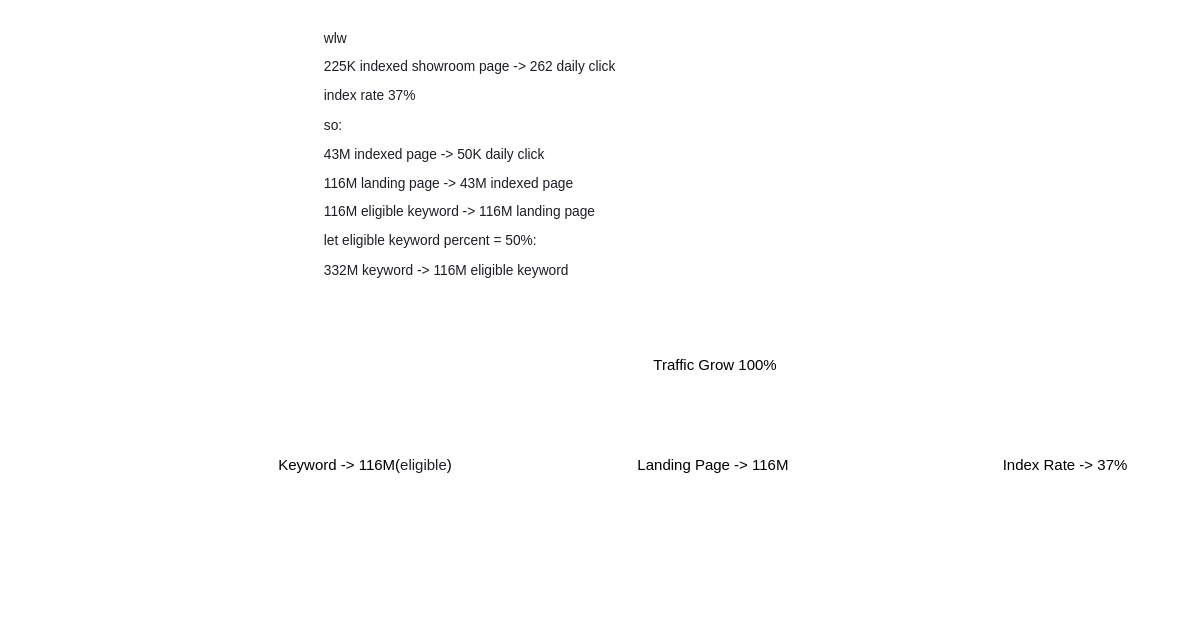
Above: drawio/OKR.drawio in VisableHarry/seo-drawio (draw.io), before the change. Source tidied: cells renumbered, new cells numbered last; positions are measured from the earlier drawing's top-left corner, leaving out a move shared by most shapes. Both pictures are drawn from the tidied source at 125%, with x=0, y=0 at pixel (271, 21).
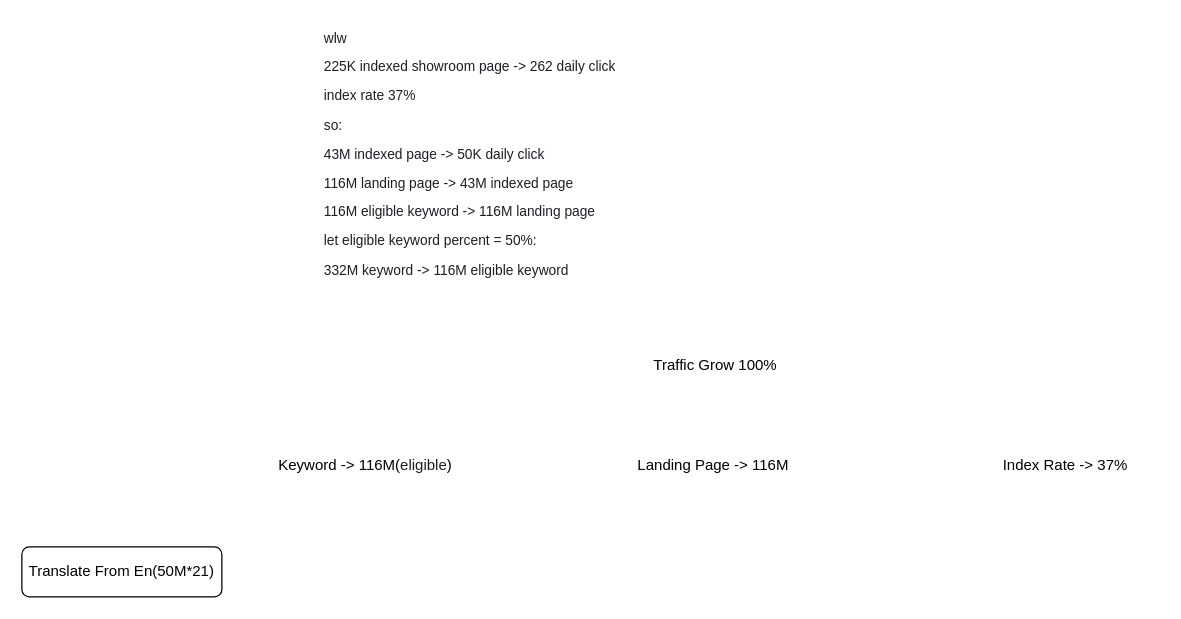
The same diagram, later.

Change to the diagram source:
```diff
@@
 <mxGraphModel>
   <root>
     <mxCell id="0" />
     <mxCell id="1" parent="0" />
     <mxCell id="2" value="Traffic Grow 100%" style="text;html=1;align=center;verticalAlign=middle;whiteSpace=wrap;rounded=0;" parent="1" vertex="1">
       <mxGeometry x="280" y="260" width="150" height="30" as="geometry" />
     </mxCell>
     <mxCell id="3" value="&lt;p style=&quot;&quot;&gt;&lt;font style=&quot;font-size: 12px;&quot; face=&quot;Helvetica&quot;&gt;Keyword -&amp;gt; 116M(&lt;span style=&quot;color: rgb(29, 30, 38); text-align: left; background-color: rgb(255, 255, 255);&quot;&gt;eligible&lt;/span&gt;)&lt;/font&gt;&lt;/p&gt;" style="text;html=1;align=center;verticalAlign=middle;whiteSpace=wrap;rounded=0;" parent="1" vertex="1">
       <mxGeometry y="340" width="150" height="30" as="geometry" />
     </mxCell>
     <mxCell id="4" value="Landing Page -&amp;gt; 116M&amp;nbsp;" style="text;html=1;align=center;verticalAlign=middle;whiteSpace=wrap;rounded=0;" parent="1" vertex="1">
       <mxGeometry x="280" y="340" width="150" height="30" as="geometry" />
     </mxCell>
     <mxCell id="5" value="Index Rate -&amp;gt; 37%" style="text;html=1;align=center;verticalAlign=middle;whiteSpace=wrap;rounded=0;" parent="1" vertex="1">
       <mxGeometry x="560" y="340" width="150" height="30" as="geometry" />
     </mxCell>
     <mxCell id="6" value="&lt;p style=&quot;box-sizing: border-box; margin: 0px 0px 10px; color: rgb(29, 30, 38); font-family: Circular, sans-serif; font-style: normal; font-variant-ligatures: normal; font-variant-caps: normal; font-weight: 400; letter-spacing: normal; orphans: 2; text-indent: 0px; text-transform: none; widows: 2; word-spacing: 0px; -webkit-text-stroke-width: 0px; white-space: normal; background-color: rgb(255, 255, 255); text-decoration-thickness: initial; text-decoration-style: initial; text-decoration-color: initial; font-size: 11px;&quot;&gt;&lt;font style=&quot;font-size: 11px;&quot;&gt;wlw&lt;/font&gt;&lt;/p&gt;&lt;p style=&quot;box-sizing: border-box; margin: 0px 0px 10px; color: rgb(29, 30, 38); font-family: Circular, sans-serif; font-style: normal; font-variant-ligatures: normal; font-variant-caps: normal; font-weight: 400; letter-spacing: normal; orphans: 2; text-indent: 0px; text-transform: none; widows: 2; word-spacing: 0px; -webkit-text-stroke-width: 0px; white-space: normal; background-color: rgb(255, 255, 255); text-decoration-thickness: initial; text-decoration-style: initial; text-decoration-color: initial; font-size: 11px;&quot;&gt;&lt;font style=&quot;font-size: 11px;&quot;&gt;225K indexed showroom page -&amp;gt; 262 daily click&lt;/font&gt;&lt;/p&gt;&lt;p style=&quot;box-sizing: border-box; margin: 0px 0px 10px; color: rgb(29, 30, 38); font-family: Circular, sans-serif; font-style: normal; font-variant-ligatures: normal; font-variant-caps: normal; font-weight: 400; letter-spacing: normal; orphans: 2; text-indent: 0px; text-transform: none; widows: 2; word-spacing: 0px; -webkit-text-stroke-width: 0px; white-space: normal; background-color: rgb(255, 255, 255); text-decoration-thickness: initial; text-decoration-style: initial; text-decoration-color: initial; font-size: 11px;&quot;&gt;&lt;font style=&quot;font-size: 11px;&quot;&gt;index rate 37%&lt;/font&gt;&lt;/p&gt;&lt;p style=&quot;box-sizing: border-box; margin: 0px 0px 10px; color: rgb(29, 30, 38); font-family: Circular, sans-serif; font-style: normal; font-variant-ligatures: normal; font-variant-caps: normal; font-weight: 400; letter-spacing: normal; orphans: 2; text-indent: 0px; text-transform: none; widows: 2; word-spacing: 0px; -webkit-text-stroke-width: 0px; white-space: normal; background-color: rgb(255, 255, 255); text-decoration-thickness: initial; text-decoration-style: initial; text-decoration-color: initial; font-size: 11px;&quot;&gt;&lt;font style=&quot;font-size: 11px;&quot;&gt;so:&lt;/font&gt;&lt;/p&gt;&lt;p style=&quot;box-sizing: border-box; margin: 0px 0px 10px; color: rgb(29, 30, 38); font-family: Circular, sans-serif; font-style: normal; font-variant-ligatures: normal; font-variant-caps: normal; font-weight: 400; letter-spacing: normal; orphans: 2; text-indent: 0px; text-transform: none; widows: 2; word-spacing: 0px; -webkit-text-stroke-width: 0px; white-space: normal; background-color: rgb(255, 255, 255); text-decoration-thickness: initial; text-decoration-style: initial; text-decoration-color: initial; font-size: 11px;&quot;&gt;&lt;font style=&quot;font-size: 11px;&quot;&gt;43M indexed page -&amp;gt; 50K daily click&lt;/font&gt;&lt;/p&gt;&lt;p style=&quot;box-sizing: border-box; margin: 0px 0px 10px; color: rgb(29, 30, 38); font-family: Circular, sans-serif; font-style: normal; font-variant-ligatures: normal; font-variant-caps: normal; font-weight: 400; letter-spacing: normal; orphans: 2; text-indent: 0px; text-transform: none; widows: 2; word-spacing: 0px; -webkit-text-stroke-width: 0px; white-space: normal; background-color: rgb(255, 255, 255); text-decoration-thickness: initial; text-decoration-style: initial; text-decoration-color: initial; font-size: 11px;&quot;&gt;&lt;font style=&quot;font-size: 11px;&quot;&gt;116M landing page -&amp;gt; 43M indexed page&lt;/font&gt;&lt;/p&gt;&lt;p style=&quot;box-sizing: border-box; margin: 0px 0px 10px; color: rgb(29, 30, 38); font-family: Circular, sans-serif; font-style: normal; font-variant-ligatures: normal; font-variant-caps: normal; font-weight: 400; letter-spacing: normal; orphans: 2; text-indent: 0px; text-transform: none; widows: 2; word-spacing: 0px; -webkit-text-stroke-width: 0px; white-space: normal; background-color: rgb(255, 255, 255); text-decoration-thickness: initial; text-decoration-style: initial; text-decoration-color: initial; font-size: 11px;&quot;&gt;&lt;font style=&quot;font-size: 11px;&quot;&gt;116M eligible keyword -&amp;gt; 116M landing page&lt;/font&gt;&lt;/p&gt;&lt;p style=&quot;box-sizing: border-box; margin: 0px 0px 10px; color: rgb(29, 30, 38); font-family: Circular, sans-serif; font-style: normal; font-variant-ligatures: normal; font-variant-caps: normal; font-weight: 400; letter-spacing: normal; orphans: 2; text-indent: 0px; text-transform: none; widows: 2; word-spacing: 0px; -webkit-text-stroke-width: 0px; white-space: normal; background-color: rgb(255, 255, 255); text-decoration-thickness: initial; text-decoration-style: initial; text-decoration-color: initial; font-size: 11px;&quot;&gt;&lt;font style=&quot;font-size: 11px;&quot;&gt;let eligible keyword percent = 50%:&lt;/font&gt;&lt;/p&gt;&lt;p style=&quot;box-sizing: border-box; margin: 0px; color: rgb(29, 30, 38); font-family: Circular, sans-serif; font-style: normal; font-variant-ligatures: normal; font-variant-caps: normal; font-weight: 400; letter-spacing: normal; orphans: 2; text-indent: 0px; text-transform: none; widows: 2; word-spacing: 0px; -webkit-text-stroke-width: 0px; white-space: normal; background-color: rgb(255, 255, 255); text-decoration-thickness: initial; text-decoration-style: initial; text-decoration-color: initial; font-size: 11px;&quot;&gt;&lt;font style=&quot;font-size: 11px;&quot;&gt;332M keyword -&amp;gt; 116M eligible keyword&lt;/font&gt;&lt;/p&gt;" style="text;whiteSpace=wrap;html=1;align=left;" parent="1" vertex="1">
       <mxGeometry x="40" width="280" height="220" as="geometry" />
     </mxCell>
+    <mxCell id="7" value="Translate From En(50M*21)" style="rounded=1;whiteSpace=wrap;html=1;" parent="1" vertex="1">
+      <mxGeometry x="-200" y="420" width="160" height="40" as="geometry" />
+    </mxCell>
   </root>
 </mxGraphModel>
```
